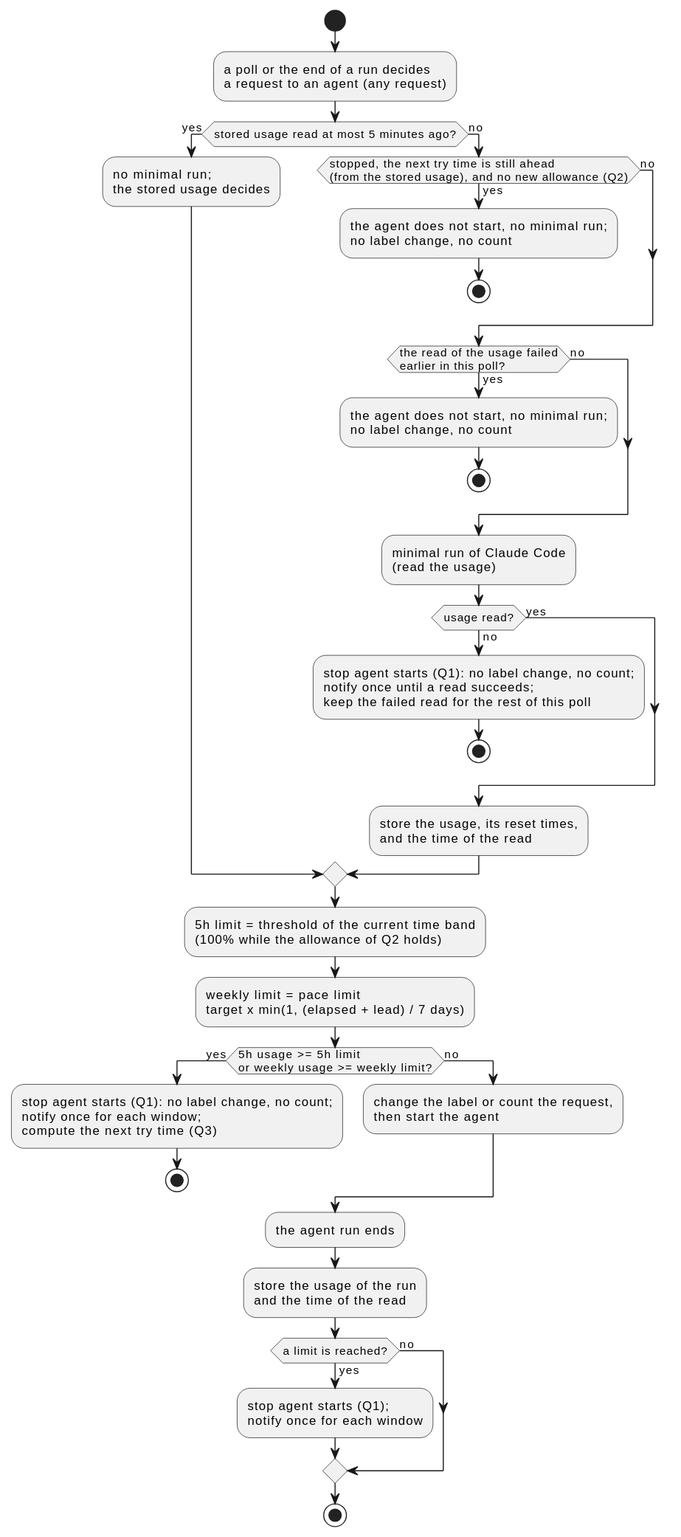
Before: docs/ja/designs/quota-start.svg, a diagram exported from PlantUML (cloveclovedev/cumin-works).
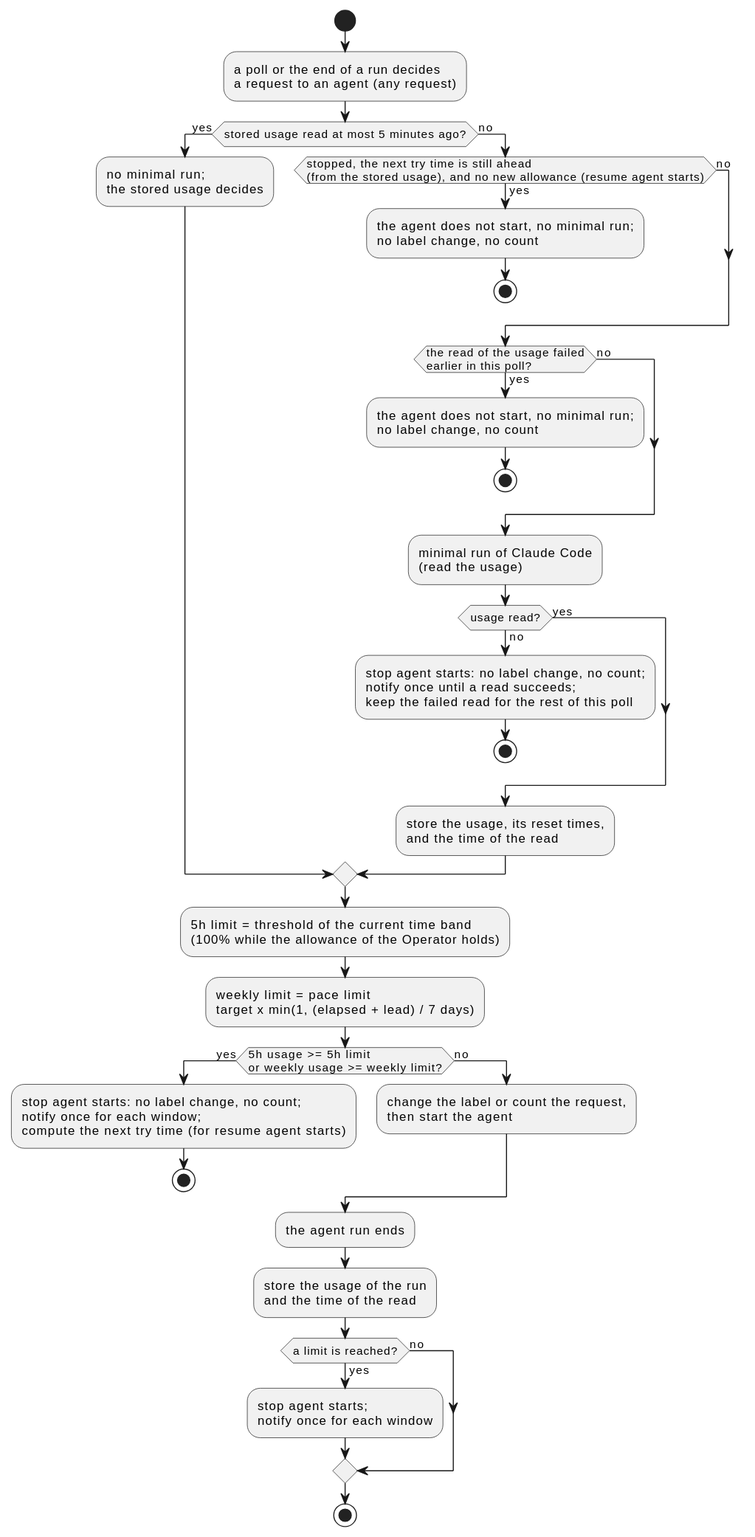
After the commit.

What changed in the source:
```diff
@@ -7,7 +7,7 @@
 if (stored usage read at most 5 minutes ago?) then (yes)
   :no minimal run;\nthe stored usage decides;
 else (no)
-if (stopped, the next try time is still ahead\n(from the stored usage), and no new allowance (Q2)) then (yes)
+if (stopped, the next try time is still ahead\n(from the stored usage), and no new allowance (resume agent starts)) then (yes)
   :the agent does not start, no minimal run;\nno label change, no count;
   stop
 else (no)
@@ -19,16 +19,16 @@
 endif
 :minimal run of Claude Code\n(read the usage);
 if (usage read?) then (no)
-  :stop agent starts (Q1): no label change, no count;\nnotify once until a read succeeds;\nkeep the failed read for the rest of this poll;
+  :stop agent starts: no label change, no count;\nnotify once until a read succeeds;\nkeep the failed read for the rest of this poll;
   stop
 else (yes)
 endif
 :store the usage, its reset times,\nand the time of the read;
 endif
-:5h limit = threshold of the current time band\n(100% while the allowance of Q2 holds);
+:5h limit = threshold of the current time band\n(100% while the allowance of the Operator holds);
 :weekly limit = pace limit\ntarget x min(1, (elapsed + lead) / 7 days);
 if (5h usage >= 5h limit\nor weekly usage >= weekly limit?) then (yes)
-  :stop agent starts (Q1): no label change, no count;\nnotify once for each window;\ncompute the next try time (Q3);
+  :stop agent starts: no label change, no count;\nnotify once for each window;\ncompute the next try time (for resume agent starts);
   stop
 else (no)
   :change the label or count the request,\nthen start the agent;
@@ -36,7 +36,7 @@
 :the agent run ends;
 :store the usage of the run\nand the time of the read;
 if (a limit is reached?) then (yes)
-  :stop agent starts (Q1);\nnotify once for each window;
+  :stop agent starts;\nnotify once for each window;
 else (no)
 endif
 stop
```
